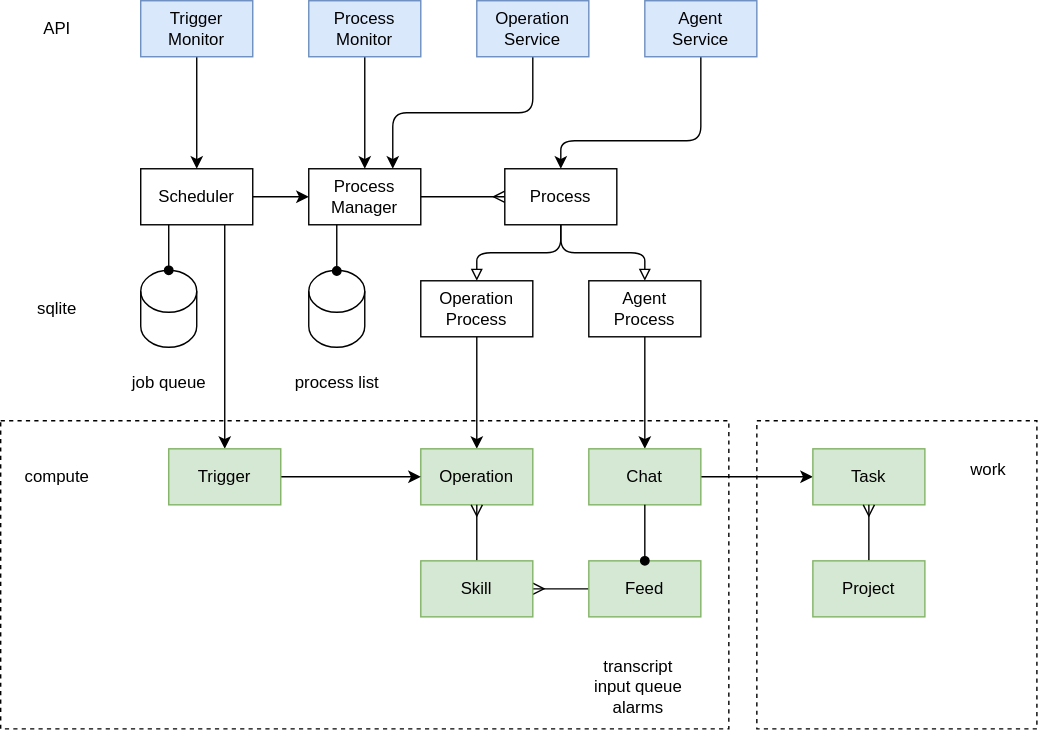
Above: docs/design/diagrams/process-manager.drawio.svg in dxos/dxos (draw.io), before the change. Source tidied: cells renumbered, new cells last; positions are measured from the earlier drawing's top-left corner, leaving out a move shared by most shapes. Source of this version:
```xml
<mxGraphModel>
  <root>
    <mxCell id="0" />
    <mxCell id="1" parent="0" />
    <mxCell id="2" style="rounded=0;whiteSpace=wrap;html=1;fillColor=none;dashed=1;" parent="1" vertex="1">
      <mxGeometry y="300" width="520" height="220" as="geometry" />
    </mxCell>
    <mxCell id="3" style="edgeStyle=none;html=1;exitX=1;exitY=0.5;exitDx=0;exitDy=0;" parent="1" edge="1" source="5" target="7">
      <mxGeometry relative="1" as="geometry" />
    </mxCell>
    <mxCell id="4" style="edgeStyle=none;html=1;exitX=0.75;exitY=1;exitDx=0;exitDy=0;" parent="1" edge="1" source="5" target="36">
      <mxGeometry relative="1" as="geometry" />
    </mxCell>
    <mxCell id="5" value="Scheduler" style="rounded=0;whiteSpace=wrap;html=1;" parent="1" vertex="1">
      <mxGeometry x="100" y="120" width="80" height="40" as="geometry" />
    </mxCell>
    <mxCell id="6" style="edgeStyle=none;html=1;exitX=1;exitY=0.5;exitDx=0;exitDy=0;entryX=0;entryY=0.5;entryDx=0;entryDy=0;endArrow=ERmany;endFill=0;" parent="1" edge="1" source="7" target="18">
      <mxGeometry relative="1" as="geometry" />
    </mxCell>
    <mxCell id="7" value="Process&lt;br&gt;Manager" style="rounded=0;whiteSpace=wrap;html=1;" parent="1" vertex="1">
      <mxGeometry x="220" y="120" width="80" height="40" as="geometry" />
    </mxCell>
    <mxCell id="8" style="shape=cylinder3;whiteSpace=wrap;html=1;boundedLbl=1;backgroundOutline=1;size=15;" parent="1" vertex="1">
      <mxGeometry x="100" y="192.5" width="40" height="55" as="geometry" />
    </mxCell>
    <mxCell id="9" style="shape=cylinder3;whiteSpace=wrap;html=1;boundedLbl=1;backgroundOutline=1;size=15;" parent="1" vertex="1">
      <mxGeometry x="220" y="192.5" width="40" height="55" as="geometry" />
    </mxCell>
    <mxCell id="10" style="edgeStyle=none;html=1;exitX=0.5;exitY=1;exitDx=0;exitDy=0;" parent="1" edge="1" source="11" target="7">
      <mxGeometry relative="1" as="geometry" />
    </mxCell>
    <mxCell id="11" value="Process&lt;br&gt;Monitor" style="rounded=0;whiteSpace=wrap;html=1;fillColor=#dae8fc;strokeColor=#6c8ebf;" parent="1" vertex="1">
      <mxGeometry x="220" width="80" height="40" as="geometry" />
    </mxCell>
    <mxCell id="12" style="edgeStyle=none;html=1;exitX=0.5;exitY=1;exitDx=0;exitDy=0;entryX=0.5;entryY=0;entryDx=0;entryDy=0;" parent="1" edge="1" source="13" target="5">
      <mxGeometry relative="1" as="geometry" />
    </mxCell>
    <mxCell id="13" value="Trigger&lt;br&gt;Monitor" style="rounded=0;whiteSpace=wrap;html=1;fillColor=#dae8fc;strokeColor=#6c8ebf;" parent="1" vertex="1">
      <mxGeometry x="100" width="80" height="40" as="geometry" />
    </mxCell>
    <mxCell id="14" style="edgeStyle=none;html=1;exitX=0.5;exitY=1;exitDx=0;exitDy=0;entryX=0.5;entryY=0;entryDx=0;entryDy=0;" parent="1" edge="1" source="15" target="18">
      <mxGeometry relative="1" as="geometry">
        <Array as="points">
          <mxPoint x="500" y="100" />
          <mxPoint x="400" y="100" />
        </Array>
      </mxGeometry>
    </mxCell>
    <mxCell id="15" value="Agent&lt;br&gt;Service" style="rounded=0;whiteSpace=wrap;html=1;fillColor=#dae8fc;strokeColor=#6c8ebf;" parent="1" vertex="1">
      <mxGeometry x="460" width="80" height="40" as="geometry" />
    </mxCell>
    <mxCell id="16" style="edgeStyle=none;html=1;exitX=0.5;exitY=1;exitDx=0;exitDy=0;endArrow=block;endFill=0;" parent="1" edge="1" source="18" target="20">
      <mxGeometry relative="1" as="geometry">
        <Array as="points">
          <mxPoint x="400" y="180" />
          <mxPoint x="340" y="180" />
        </Array>
      </mxGeometry>
    </mxCell>
    <mxCell id="17" style="edgeStyle=none;html=1;exitX=0.5;exitY=1;exitDx=0;exitDy=0;entryX=0.5;entryY=0;entryDx=0;entryDy=0;endArrow=block;endFill=0;" parent="1" edge="1" source="18" target="24">
      <mxGeometry relative="1" as="geometry">
        <Array as="points">
          <mxPoint x="400" y="180" />
          <mxPoint x="460" y="180" />
        </Array>
      </mxGeometry>
    </mxCell>
    <mxCell id="18" value="Process" style="rounded=0;whiteSpace=wrap;html=1;" parent="1" vertex="1">
      <mxGeometry x="360" y="120" width="80" height="40" as="geometry" />
    </mxCell>
    <mxCell id="19" style="edgeStyle=none;html=1;" parent="1" edge="1" source="20" target="27">
      <mxGeometry relative="1" as="geometry" />
    </mxCell>
    <mxCell id="20" value="Operation&lt;br&gt;Process" style="rounded=0;whiteSpace=wrap;html=1;" parent="1" vertex="1">
      <mxGeometry x="300" y="200" width="80" height="40" as="geometry" />
    </mxCell>
    <mxCell id="21" style="edgeStyle=none;html=1;exitX=0.5;exitY=1;exitDx=0;exitDy=0;entryX=0.75;entryY=0;entryDx=0;entryDy=0;" parent="1" edge="1" source="22" target="7">
      <mxGeometry relative="1" as="geometry">
        <Array as="points">
          <mxPoint x="380" y="80" />
          <mxPoint x="280" y="80" />
        </Array>
      </mxGeometry>
    </mxCell>
    <mxCell id="22" value="Operation&lt;br&gt;Service" style="rounded=0;whiteSpace=wrap;html=1;fillColor=#dae8fc;strokeColor=#6c8ebf;" parent="1" vertex="1">
      <mxGeometry x="340" width="80" height="40" as="geometry" />
    </mxCell>
    <mxCell id="23" style="edgeStyle=none;html=1;" parent="1" edge="1" source="24" target="26">
      <mxGeometry relative="1" as="geometry" />
    </mxCell>
    <mxCell id="24" value="Agent&lt;br&gt;Process" style="rounded=0;whiteSpace=wrap;html=1;" parent="1" vertex="1">
      <mxGeometry x="420" y="200" width="80" height="40" as="geometry" />
    </mxCell>
    <mxCell id="25" style="edgeStyle=none;html=1;exitX=1;exitY=0.5;exitDx=0;exitDy=0;" parent="1" edge="1" source="26" target="43">
      <mxGeometry relative="1" as="geometry" />
    </mxCell>
    <mxCell id="26" value="Chat" style="rounded=0;whiteSpace=wrap;html=1;fillColor=#d5e8d4;strokeColor=#82b366;" parent="1" vertex="1">
      <mxGeometry x="420" y="320" width="80" height="40" as="geometry" />
    </mxCell>
    <mxCell id="27" value="Operation" style="rounded=0;whiteSpace=wrap;html=1;fillColor=#d5e8d4;strokeColor=#82b366;" parent="1" vertex="1">
      <mxGeometry x="300" y="320" width="80" height="40" as="geometry" />
    </mxCell>
    <mxCell id="28" value="sqlite" style="text;html=1;align=center;verticalAlign=middle;strokeColor=none;fillColor=none;" parent="1" vertex="1">
      <mxGeometry x="15" y="205" width="50" height="30" as="geometry" />
    </mxCell>
    <mxCell id="29" value="job queue" style="text;html=1;align=center;verticalAlign=middle;strokeColor=none;fillColor=none;" parent="1" vertex="1">
      <mxGeometry x="80" y="258" width="80" height="30" as="geometry" />
    </mxCell>
    <mxCell id="30" value="process list" style="text;html=1;align=center;verticalAlign=middle;strokeColor=none;fillColor=none;" parent="1" vertex="1">
      <mxGeometry x="200" y="258" width="80" height="30" as="geometry" />
    </mxCell>
    <mxCell id="31" style="edgeStyle=none;html=1;exitX=0;exitY=0.5;exitDx=0;exitDy=0;endArrow=ERmany;endFill=0;" parent="1" edge="1" source="32" target="38">
      <mxGeometry relative="1" as="geometry" />
    </mxCell>
    <mxCell id="32" value="Feed" style="rounded=0;whiteSpace=wrap;html=1;fillColor=#d5e8d4;strokeColor=#82b366;" parent="1" vertex="1">
      <mxGeometry x="420" y="400" width="80" height="40" as="geometry" />
    </mxCell>
    <mxCell id="33" value="API" style="text;html=1;align=center;verticalAlign=middle;strokeColor=none;fillColor=none;" parent="1" vertex="1">
      <mxGeometry x="20" y="5" width="40" height="30" as="geometry" />
    </mxCell>
    <mxCell id="34" value="transcript&lt;div&gt;input queue&lt;/div&gt;&lt;div&gt;alarms&lt;/div&gt;" style="text;html=1;align=center;verticalAlign=middle;strokeColor=none;fillColor=none;" parent="1" vertex="1">
      <mxGeometry x="410" y="460" width="90" height="60" as="geometry" />
    </mxCell>
    <mxCell id="35" style="edgeStyle=none;html=1;exitX=1;exitY=0.5;exitDx=0;exitDy=0;" parent="1" edge="1" source="36" target="27">
      <mxGeometry relative="1" as="geometry" />
    </mxCell>
    <mxCell id="36" value="Trigger" style="rounded=0;whiteSpace=wrap;html=1;fillColor=#d5e8d4;strokeColor=#82b366;" parent="1" vertex="1">
      <mxGeometry x="120" y="320" width="80" height="40" as="geometry" />
    </mxCell>
    <mxCell id="37" style="edgeStyle=none;html=1;exitX=0.5;exitY=0;exitDx=0;exitDy=0;entryX=0.5;entryY=1;entryDx=0;entryDy=0;endArrow=ERmany;endFill=0;" parent="1" edge="1" source="38" target="27">
      <mxGeometry relative="1" as="geometry" />
    </mxCell>
    <mxCell id="38" value="Skill" style="rounded=0;whiteSpace=wrap;html=1;fillColor=#d5e8d4;strokeColor=#82b366;" parent="1" vertex="1">
      <mxGeometry x="300" y="400" width="80" height="40" as="geometry" />
    </mxCell>
    <mxCell id="39" style="edgeStyle=none;html=1;endArrow=oval;endFill=1;" parent="1" edge="1" source="26" target="32">
      <mxGeometry relative="1" as="geometry" />
    </mxCell>
    <mxCell id="40" style="edgeStyle=none;html=1;exitX=0.25;exitY=1;exitDx=0;exitDy=0;endArrow=oval;endFill=1;" parent="1" edge="1" source="5">
      <mxGeometry relative="1" as="geometry">
        <mxPoint x="120" y="192.5" as="targetPoint" />
      </mxGeometry>
    </mxCell>
    <mxCell id="41" style="edgeStyle=none;html=1;exitX=0.25;exitY=1;exitDx=0;exitDy=0;endArrow=oval;endFill=1;" parent="1" edge="1" source="7">
      <mxGeometry relative="1" as="geometry">
        <mxPoint x="240" y="193" as="targetPoint" />
      </mxGeometry>
    </mxCell>
    <mxCell id="42" value="compute" style="text;html=1;align=center;verticalAlign=middle;strokeColor=none;fillColor=none;" parent="1" vertex="1">
      <mxGeometry x="5" y="325" width="70" height="30" as="geometry" />
    </mxCell>
    <mxCell id="43" value="Task" style="rounded=0;whiteSpace=wrap;html=1;fillColor=#d5e8d4;strokeColor=#82b366;" parent="1" vertex="1">
      <mxGeometry x="580" y="320" width="80" height="40" as="geometry" />
    </mxCell>
    <mxCell id="44" style="edgeStyle=none;html=1;endArrow=ERmany;endFill=0;" parent="1" edge="1" source="45" target="43">
      <mxGeometry relative="1" as="geometry" />
    </mxCell>
    <mxCell id="45" value="Project" style="rounded=0;whiteSpace=wrap;html=1;fillColor=#d5e8d4;strokeColor=#82b366;" parent="1" vertex="1">
      <mxGeometry x="580" y="400" width="80" height="40" as="geometry" />
    </mxCell>
    <mxCell id="46" style="rounded=0;whiteSpace=wrap;html=1;fillColor=none;dashed=1;" parent="1" vertex="1">
      <mxGeometry x="540" y="300" width="200" height="220" as="geometry" />
    </mxCell>
    <mxCell id="47" value="work" style="text;html=1;align=center;verticalAlign=middle;strokeColor=none;fillColor=none;" parent="1" vertex="1">
      <mxGeometry x="680" y="320" width="50" height="30" as="geometry" />
    </mxCell>
  </root>
</mxGraphModel>
```
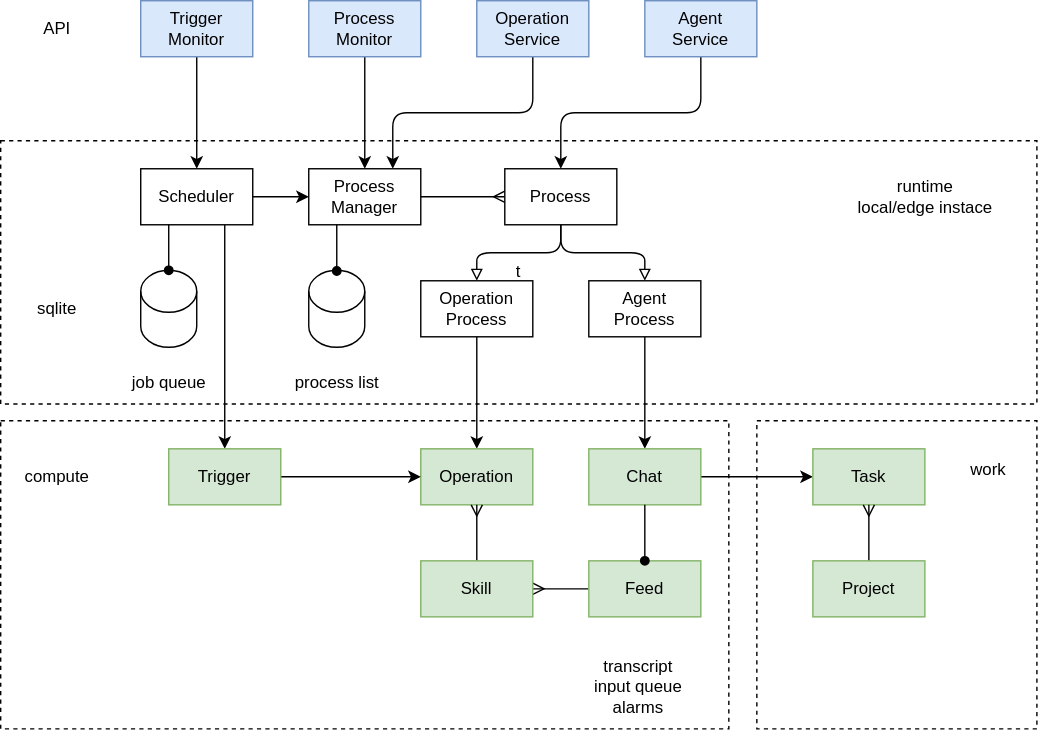
After the change.

Commit message:
add runtime labels

What changed in the source:
```diff
@@ -2,6 +2,9 @@
   <root>
     <mxCell id="0" />
     <mxCell id="1" parent="0" />
+    <mxCell id="48" value="t" style="rounded=0;whiteSpace=wrap;html=1;fillColor=none;dashed=1;" parent="1" vertex="1">
+      <mxGeometry y="100" width="740" height="188" as="geometry" />
+    </mxCell>
     <mxCell id="2" style="rounded=0;whiteSpace=wrap;html=1;fillColor=none;dashed=1;" parent="1" vertex="1">
       <mxGeometry y="300" width="520" height="220" as="geometry" />
     </mxCell>
@@ -41,8 +44,9 @@
     <mxCell id="14" style="edgeStyle=none;html=1;exitX=0.5;exitY=1;exitDx=0;exitDy=0;entryX=0.5;entryY=0;entryDx=0;entryDy=0;" parent="1" edge="1" source="15" target="18">
       <mxGeometry relative="1" as="geometry">
         <Array as="points">
-          <mxPoint x="500" y="100" />
-          <mxPoint x="400" y="100" />
+          <mxPoint x="500" y="80" />
+          <mxPoint x="450" y="80" />
+          <mxPoint x="400" y="80" />
         </Array>
       </mxGeometry>
     </mxCell>
@@ -164,5 +168,8 @@
     <mxCell id="47" value="work" style="text;html=1;align=center;verticalAlign=middle;strokeColor=none;fillColor=none;" parent="1" vertex="1">
       <mxGeometry x="680" y="320" width="50" height="30" as="geometry" />
     </mxCell>
+    <mxCell id="49" value="runtime&lt;br&gt;local/edge instace" style="text;html=1;align=center;verticalAlign=middle;strokeColor=none;fillColor=none;" parent="1" vertex="1">
+      <mxGeometry x="600" y="120" width="120" height="40" as="geometry" />
+    </mxCell>
   </root>
 </mxGraphModel>
```
